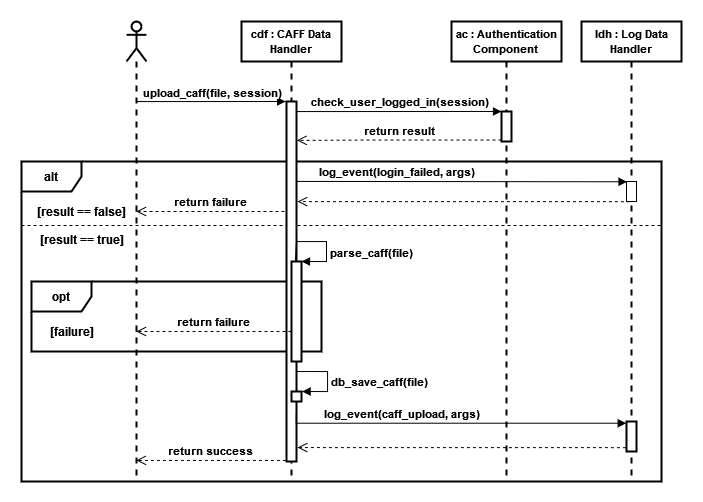
This is Documentation/Sequence diagrams/Sequence_CAFF_Upload.png from nemkrisz11/Computer-Security-Homework-2021-SHAjt, a draw.io export, as it was before one commit. Source tidied: cells renumbered, new cells last; positions are measured from the earlier drawing's top-left corner, leaving out a move shared by most shapes.
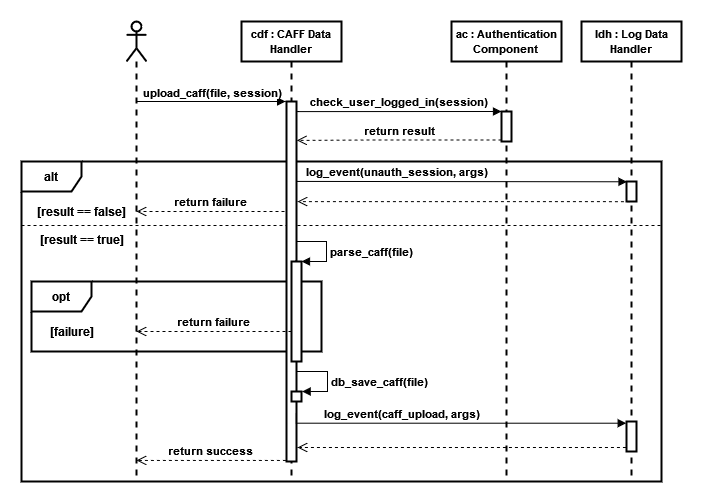
The same file after the commit.

Commit message:
Add Sequence_CAFF_Search, update CAFF_Delete & CAFF_Upload

What changed in the source:
```diff
@@ -109,7 +109,7 @@
     <mxCell id="24" style="html=1;points=[];perimeter=orthogonalPerimeter;strokeWidth=2;" parent="23" vertex="1">
       <mxGeometry x="45" y="400" width="10" height="30" as="geometry" />
     </mxCell>
-    <mxCell id="25" style="html=1;points=[];perimeter=orthogonalPerimeter;fontSize=11;" parent="23" vertex="1">
+    <mxCell id="25" style="html=1;points=[];perimeter=orthogonalPerimeter;fontSize=11;strokeWidth=2;" parent="23" vertex="1">
       <mxGeometry x="45" y="160" width="10" height="20" as="geometry" />
     </mxCell>
     <mxCell id="26" value="&lt;b&gt;log_event(caff_upload, args)&lt;/b&gt;" style="html=1;verticalAlign=bottom;endArrow=block;rounded=0;edgeStyle=orthogonalEdgeStyle;entryX=-0.031;entryY=0.057;entryDx=0;entryDy=0;entryPerimeter=0;exitX=0.983;exitY=0.863;exitDx=0;exitDy=0;exitPerimeter=0;strokeWidth=1;" parent="1" edge="1" source="9" target="24">
@@ -135,7 +135,7 @@
         </Array>
       </mxGeometry>
     </mxCell>
-    <mxCell id="29" value="&lt;b&gt;log_event(login_failed, args)&lt;/b&gt;" style="html=1;verticalAlign=bottom;endArrow=block;rounded=0;fontSize=11;strokeWidth=1;entryX=0.051;entryY=0.014;entryDx=0;entryDy=0;entryPerimeter=0;exitX=1.002;exitY=0.222;exitDx=0;exitDy=0;exitPerimeter=0;edgeStyle=orthogonalEdgeStyle;" parent="1" edge="1" source="9" target="25">
+    <mxCell id="29" value="&lt;b&gt;log_event(unauth_session, args)&lt;/b&gt;" style="html=1;verticalAlign=bottom;endArrow=block;rounded=0;fontSize=11;strokeWidth=1;entryX=0.051;entryY=0.014;entryDx=0;entryDy=0;entryPerimeter=0;exitX=1.002;exitY=0.222;exitDx=0;exitDy=0;exitPerimeter=0;edgeStyle=orthogonalEdgeStyle;" parent="1" edge="1" source="9" target="25">
       <mxGeometry x="-0.39" relative="1" as="geometry">
         <Array as="points">
           <mxPoint x="276" y="160" />
```
